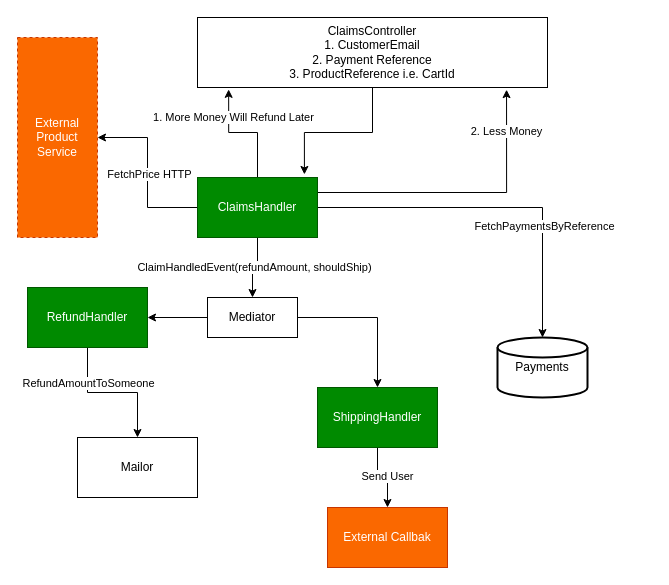
liwoo/payme keeps this draw.io diagram as page "Claims" (3 of 5) of architecture.drawio. Above is the earlier version. Source tidied: cells renumbered, new cells numbered last; positions are measured from the earlier drawing's top-left corner, leaving out a move shared by most shapes. Both pictures are drawn from the tidied source at 100%, with x=0, y=0 at pixel (17, 17).
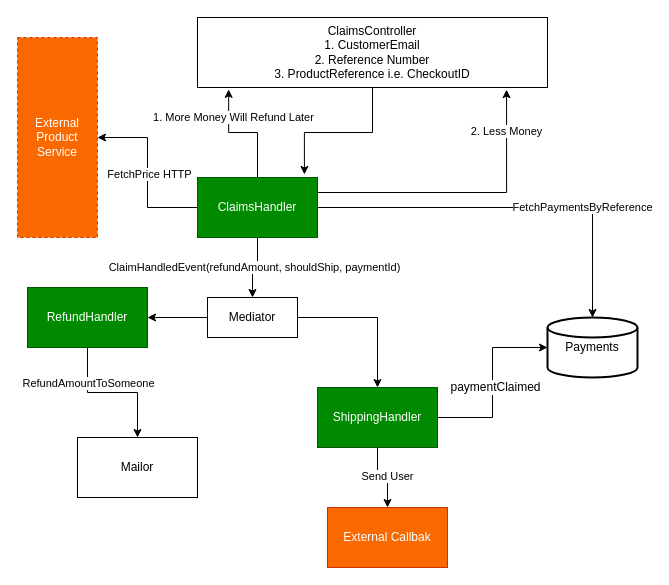
The same page after the edit.

Unchanged cells that the change refers to:
```xml
<mxCell id="13" value="ClaimsHandler" style="whiteSpace=wrap;html=1;fillColor=#008a00;strokeColor=#005700;fontColor=#ffffff;" parent="1" vertex="1">
  <mxGeometry x="180" y="160" width="120" height="60" as="geometry" />
</mxCell>
<mxCell id="21" value="ShippingHandler" style="whiteSpace=wrap;html=1;fillColor=#008a00;strokeColor=#005700;fontColor=#ffffff;" parent="1" vertex="1">
  <mxGeometry x="300" y="370" width="120" height="60" as="geometry" />
</mxCell>
<mxCell id="24" value="Mediator" style="whiteSpace=wrap;html=1;" parent="1" vertex="1">
  <mxGeometry x="190" y="280" width="90" height="40" as="geometry" />
</mxCell>
```

The edit, as a diff of the source:
```diff
@@
-    <mxCell id="3" value="ClaimsController&lt;br&gt;1. CustomerEmail&lt;br&gt;2. Payment Reference&lt;br&gt;3. ProductReference i.e. CartId" style="whiteSpace=wrap;html=1;" parent="1" vertex="1">
+    <mxCell id="3" value="ClaimsController&lt;br&gt;1. CustomerEmail&lt;br&gt;2. Reference Number&lt;br&gt;3. ProductReference i.e. CheckoutID" style="whiteSpace=wrap;html=1;" parent="1" vertex="1">
       <mxGeometry x="180" width="350" height="70" as="geometry" />
     </mxCell>
@@
-    <mxCell id="12" value="ClaimHandledEvent(refundAmount, shouldShip)" style="edgeStyle=orthogonalEdgeStyle;rounded=0;jettySize=auto;html=1;" parent="1" edge="1" source="13" target="24">
+    <mxCell id="12" value="ClaimHandledEvent(refundAmount, shouldShip, paymentId)" style="edgeStyle=orthogonalEdgeStyle;rounded=0;jettySize=auto;html=1;" parent="1" edge="1" source="13" target="24">
       <mxGeometry relative="1" as="geometry" />
     </mxCell>
@@
     <mxCell id="15" value="Payments" style="strokeWidth=2;html=1;shape=mxgraph.flowchart.database;whiteSpace=wrap;" parent="1" vertex="1">
-      <mxGeometry x="480" y="320" width="90" height="60" as="geometry" />
+      <mxGeometry x="530" y="300" width="90" height="60" as="geometry" />
     </mxCell>
@@
+    <mxCell id="27" style="edgeStyle=orthogonalEdgeStyle;rounded=0;jettySize=auto;html=1;entryX=0;entryY=0.5;entryDx=0;entryDy=0;entryPerimeter=0;fontSize=12;" parent="1" edge="1" source="21" target="15">
+      <mxGeometry relative="1" as="geometry" />
+    </mxCell>
+    <mxCell id="28" value="paymentClaimed" style="edgeLabel;html=1;align=center;verticalAlign=middle;fontSize=12;" parent="27" vertex="1">
+      <mxGeometry x="-0.04" y="-2" relative="1" as="geometry" />
+    </mxCell>
```
